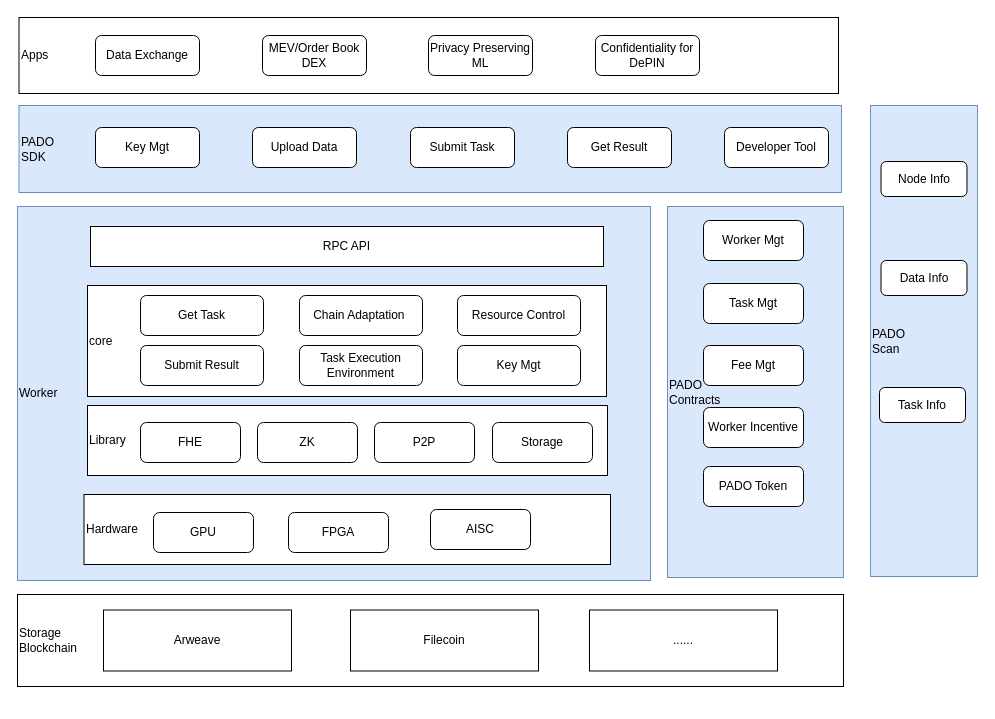
primus-labs/zkFHE-Network-Docs keeps this draw.io diagram as page "第 1 页" (1 of 6) of inter-files/zkFHE-architecture.drawio. Above is the earlier version. Source tidied: cells renumbered, new cells numbered last; positions are measured from the earlier drawing's top-left corner, leaving out a move shared by most shapes. Both pictures are drawn from the tidied source at 100%, with x=0, y=0 at pixel (17, 17).
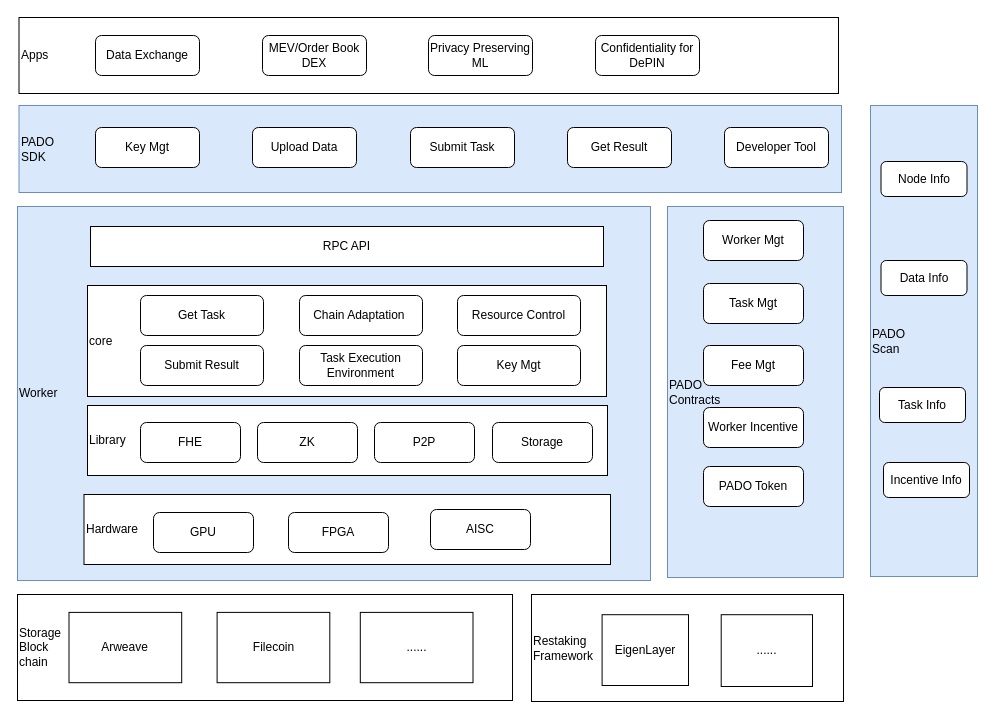
After the change.

Diff of the diagram source:
```diff
@@
-    <mxCell id="2" value="Storage&lt;div&gt;Blockchain&lt;/div&gt;" style="rounded=0;whiteSpace=wrap;html=1;align=left;" parent="1" vertex="1">
-      <mxGeometry y="577" width="826" height="92" as="geometry" />
-    </mxCell>
@@
-    <mxCell id="7" value="Arweave" style="rounded=0;whiteSpace=wrap;html=1;" parent="1" vertex="1">
-      <mxGeometry x="86" y="592.5" width="188" height="61" as="geometry" />
-    </mxCell>
@@
-    <mxCell id="39" value="Filecoin" style="rounded=0;whiteSpace=wrap;html=1;" parent="1" vertex="1">
-      <mxGeometry x="333" y="592.5" width="188" height="61" as="geometry" />
-    </mxCell>
-    <mxCell id="40" value="......" style="rounded=0;whiteSpace=wrap;html=1;" parent="1" vertex="1">
-      <mxGeometry x="572" y="592.5" width="188" height="61" as="geometry" />
-    </mxCell>
@@
+    <mxCell id="45" style="group;" parent="1" vertex="1">
+      <mxGeometry y="577" width="495" height="106" as="geometry" />
+    </mxCell>
+    <mxCell id="2" value="Storage&lt;div&gt;Block&lt;/div&gt;&lt;div&gt;chain&lt;/div&gt;" style="rounded=0;whiteSpace=wrap;html=1;align=left;" parent="45" vertex="1">
+      <mxGeometry width="495" height="106" as="geometry" />
+    </mxCell>
+    <mxCell id="7" value="Arweave" style="rounded=0;whiteSpace=wrap;html=1;" parent="45" vertex="1">
+      <mxGeometry x="51.5" y="17.9" width="112.7" height="70.3" as="geometry" />
+    </mxCell>
+    <mxCell id="39" value="Filecoin" style="rounded=0;whiteSpace=wrap;html=1;" parent="45" vertex="1">
+      <mxGeometry x="199.6" y="17.9" width="112.7" height="70.3" as="geometry" />
+    </mxCell>
+    <mxCell id="40" value="......" style="rounded=0;whiteSpace=wrap;html=1;" parent="45" vertex="1">
+      <mxGeometry x="342.8" y="17.9" width="112.7" height="70.3" as="geometry" />
+    </mxCell>
+    <mxCell id="46" style="group;" parent="1" vertex="1">
+      <mxGeometry x="514" y="577" width="312" height="107" as="geometry" />
+    </mxCell>
+    <mxCell id="47" value="Restaking&lt;div&gt;Framework&lt;/div&gt;" style="rounded=0;whiteSpace=wrap;html=1;align=left;" parent="46" vertex="1">
+      <mxGeometry width="312" height="107" as="geometry" />
+    </mxCell>
+    <mxCell id="48" value="EigenLayer" style="rounded=0;whiteSpace=wrap;html=1;" parent="46" vertex="1">
+      <mxGeometry x="70.6" y="20.2" width="86.4" height="70.8" as="geometry" />
+    </mxCell>
+    <mxCell id="49" value="......" style="rounded=0;whiteSpace=wrap;html=1;" parent="46" vertex="1">
+      <mxGeometry x="189.7" y="20.2" width="91.3" height="71.8" as="geometry" />
+    </mxCell>
+    <mxCell id="50" value="Incentive Info" style="rounded=1;whiteSpace=wrap;html=1;" parent="1" vertex="1">
+      <mxGeometry x="866" y="445" width="86" height="35" as="geometry" />
+    </mxCell>
```
